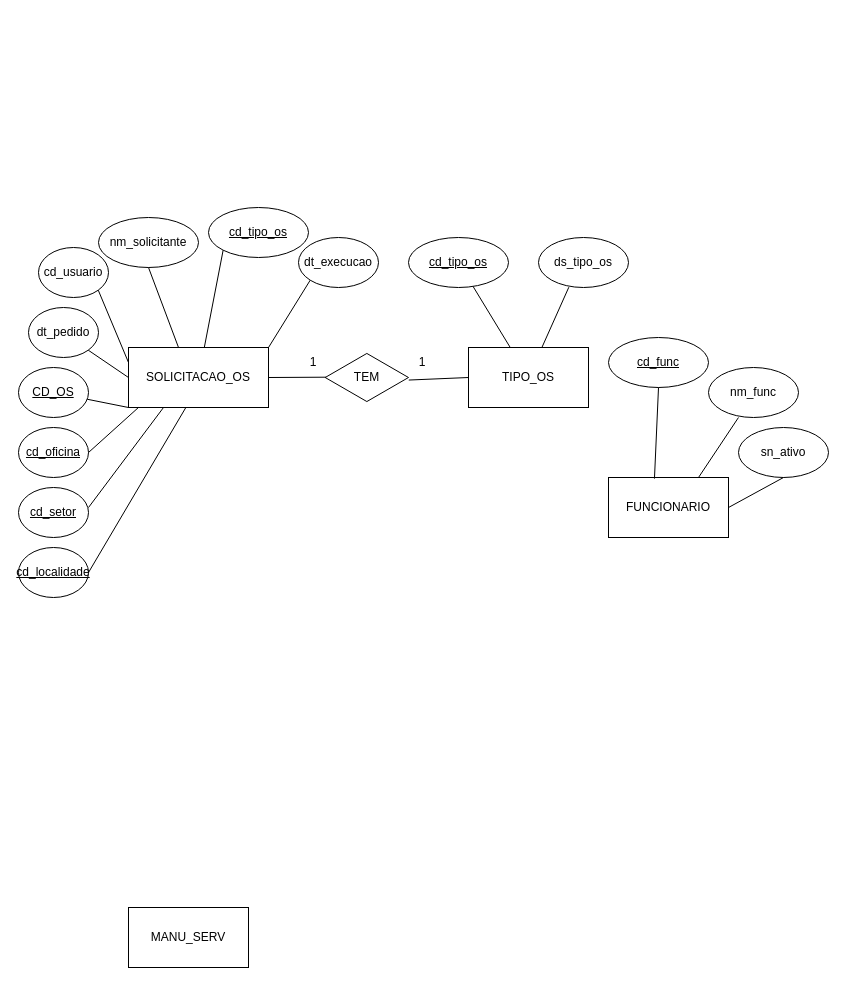
Earlier version of the draw.io diagram manutenção_sla.drawio (marcos-renato/MODELOS-DRAWIO). Source tidied: cells renumbered, new cells numbered last; positions are measured from the earlier drawing's top-left corner, leaving out a move shared by most shapes. Both pictures are drawn from the tidied source at 100%, with x=0, y=0 at pixel (18, 207).
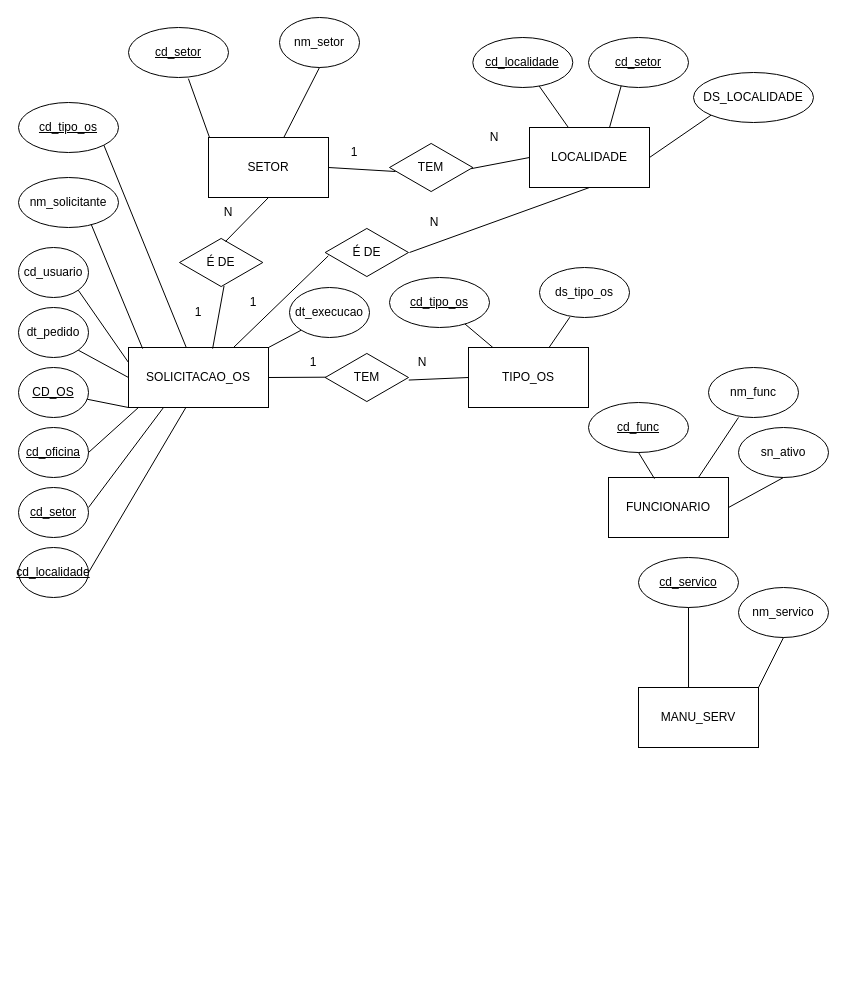
Above is the later version.

Unchanged cells that the change refers to:
```xml
<mxCell id="2" value="SOLICITACAO_OS" style="rounded=0;whiteSpace=wrap;html=1;" parent="1" vertex="1">
  <mxGeometry x="110" y="140" width="140" height="60" as="geometry" />
</mxCell>
```

The edit, as a diff of the source:
```diff
@@
     <mxCell id="4" value="MANU_SERV" style="rounded=0;whiteSpace=wrap;html=1;" parent="1" vertex="1">
-      <mxGeometry x="110" y="700" width="120" height="60" as="geometry" />
+      <mxGeometry x="620" y="480" width="120" height="60" as="geometry" />
     </mxCell>
@@
     <mxCell id="7" value="dt_pedido" style="ellipse;whiteSpace=wrap;html=1;" parent="1" vertex="1">
-      <mxGeometry x="10" y="100" width="70" height="50" as="geometry" />
+      <mxGeometry y="100" width="70" height="50" as="geometry" />
     </mxCell>
     <mxCell id="8" value="cd_usuario" style="ellipse;whiteSpace=wrap;html=1;direction=south;" parent="1" vertex="1">
-      <mxGeometry x="20" y="40" width="70" height="50" as="geometry" />
+      <mxGeometry y="40" width="70" height="50" as="geometry" />
     </mxCell>
     <mxCell id="9" value="nm_solicitante" style="ellipse;whiteSpace=wrap;html=1;" parent="1" vertex="1">
-      <mxGeometry x="80" y="10" width="100" height="50" as="geometry" />
+      <mxGeometry y="-30" width="100" height="50" as="geometry" />
     </mxCell>
@@
-    <mxCell id="12" style="endArrow=none;html=1;rounded=0;entryX=0.5;entryY=1;entryDx=0;entryDy=0;" parent="1" edge="1" target="9">
-      <mxGeometry relative="1" as="geometry">
-        <mxPoint x="160" y="140" as="sourcePoint" />
-      </mxGeometry>
+    <mxCell id="12" style="endArrow=none;html=1;rounded=0;entryX=0.727;entryY=0.937;entryDx=0;entryDy=0;exitX=0.101;exitY=0.019;exitDx=0;exitDy=0;exitPerimeter=0;entryPerimeter=0;" parent="1" edge="1" source="2" target="9">
+      <mxGeometry relative="1" as="geometry" />
     </mxCell>
     <mxCell id="13" value="&lt;u&gt;cd_tipo_os&lt;/u&gt;" style="ellipse;whiteSpace=wrap;html=1;" parent="1" vertex="1">
-      <mxGeometry x="190" width="100" height="50" as="geometry" />
+      <mxGeometry y="-105" width="100" height="50" as="geometry" />
     </mxCell>
-    <mxCell id="14" style="endArrow=none;html=1;rounded=0;entryX=0;entryY=1;entryDx=0;entryDy=0;" parent="1" edge="1" source="2" target="13">
+    <mxCell id="14" style="endArrow=none;html=1;rounded=0;entryX=1;entryY=1;entryDx=0;entryDy=0;" parent="1" edge="1" source="2" target="13">
       <mxGeometry relative="1" as="geometry" />
     </mxCell>
     <mxCell id="15" value="dt_execucao" style="ellipse;whiteSpace=wrap;html=1;" parent="1" vertex="1">
-      <mxGeometry x="280" y="30" width="80" height="50" as="geometry" />
+      <mxGeometry x="271" y="80" width="80" height="50" as="geometry" />
     </mxCell>
@@
     <mxCell id="23" value="&lt;u&gt;cd_tipo_os&lt;/u&gt;" style="ellipse;whiteSpace=wrap;html=1;" parent="1" vertex="1">
-      <mxGeometry x="390" y="30" width="100" height="50" as="geometry" />
+      <mxGeometry x="371" y="70" width="100" height="50" as="geometry" />
     </mxCell>
@@
-    <mxCell id="29" value="1" style="text;html=1;strokeColor=none;fillColor=none;align=center;verticalAlign=middle;whiteSpace=wrap;rounded=0;" parent="1" vertex="1">
+    <mxCell id="29" value="N" style="text;html=1;strokeColor=none;fillColor=none;align=center;verticalAlign=middle;whiteSpace=wrap;rounded=0;" parent="1" vertex="1">
       <mxGeometry x="389" y="140" width="30" height="30" as="geometry" />
     </mxCell>
     <mxCell id="30" value="ds_tipo_os" style="ellipse;whiteSpace=wrap;html=1;" parent="1" vertex="1">
-      <mxGeometry x="520" y="30" width="90" height="50" as="geometry" />
+      <mxGeometry x="521" y="60" width="90" height="50" as="geometry" />
     </mxCell>
@@
     <mxCell id="33" value="&lt;u&gt;cd_func&lt;/u&gt;" style="ellipse;whiteSpace=wrap;html=1;" parent="1" vertex="1">
-      <mxGeometry x="590" y="130" width="100" height="50" as="geometry" />
+      <mxGeometry x="570" y="195" width="100" height="50" as="geometry" />
     </mxCell>
@@
+    <mxCell id="39" value="SETOR" style="rounded=0;whiteSpace=wrap;html=1;" parent="1" vertex="1">
+      <mxGeometry x="190" y="-70" width="120" height="60" as="geometry" />
+    </mxCell>
+    <mxCell id="40" value="LOCALIDADE" style="rounded=0;whiteSpace=wrap;html=1;" parent="1" vertex="1">
+      <mxGeometry x="511" y="-80" width="120" height="60" as="geometry" />
+    </mxCell>
+    <mxCell id="41" value="&lt;u&gt;cd_servico&lt;/u&gt;" style="ellipse;whiteSpace=wrap;html=1;" parent="1" vertex="1">
+      <mxGeometry x="620" y="350" width="100" height="50" as="geometry" />
+    </mxCell>
+    <mxCell id="42" value="nm_servico" style="ellipse;whiteSpace=wrap;html=1;" parent="1" vertex="1">
+      <mxGeometry x="720" y="380" width="90" height="50" as="geometry" />
+    </mxCell>
+    <mxCell id="43" style="endArrow=none;html=1;rounded=0;entryX=0.5;entryY=1;entryDx=0;entryDy=0;exitX=0.417;exitY=0;exitDx=0;exitDy=0;exitPerimeter=0;" parent="1" edge="1" source="4" target="41">
+      <mxGeometry relative="1" as="geometry" />
+    </mxCell>
+    <mxCell id="44" style="endArrow=none;html=1;rounded=0;entryX=0.5;entryY=1;entryDx=0;entryDy=0;exitX=1;exitY=0;exitDx=0;exitDy=0;" parent="1" edge="1" source="4" target="42">
+      <mxGeometry relative="1" as="geometry" />
+    </mxCell>
+    <mxCell id="45" value="&lt;u&gt;cd_setor&lt;/u&gt;" style="ellipse;whiteSpace=wrap;html=1;" parent="1" vertex="1">
+      <mxGeometry x="110" y="-180" width="100" height="50" as="geometry" />
+    </mxCell>
+    <mxCell id="46" style="endArrow=none;html=1;rounded=0;entryX=0.599;entryY=1.023;entryDx=0;entryDy=0;entryPerimeter=0;" parent="1" edge="1" target="45">
+      <mxGeometry relative="1" as="geometry">
+        <mxPoint x="191" y="-70" as="sourcePoint" />
+      </mxGeometry>
+    </mxCell>
+    <mxCell id="47" value="&lt;u&gt;cd_localidade&lt;/u&gt;" style="ellipse;whiteSpace=wrap;html=1;" parent="1" vertex="1">
+      <mxGeometry x="454.3" y="-170" width="100" height="50" as="geometry" />
+    </mxCell>
+    <mxCell id="48" style="endArrow=none;html=1;rounded=0;" parent="1" edge="1" source="40" target="47">
+      <mxGeometry relative="1" as="geometry" />
+    </mxCell>
+    <mxCell id="49" value="nm_setor" style="ellipse;whiteSpace=wrap;html=1;" parent="1" vertex="1">
+      <mxGeometry x="261" y="-190" width="80" height="50" as="geometry" />
+    </mxCell>
+    <mxCell id="50" style="endArrow=none;html=1;rounded=0;entryX=0.5;entryY=1;entryDx=0;entryDy=0;" parent="1" edge="1" source="39" target="49">
+      <mxGeometry relative="1" as="geometry" />
+    </mxCell>
+    <mxCell id="51" value="É DE" style="html=1;whiteSpace=wrap;shape=isoRectangle;" parent="1" vertex="1">
+      <mxGeometry x="161" y="30" width="83.3" height="50" as="geometry" />
+    </mxCell>
+    <mxCell id="52" value="É DE" style="html=1;whiteSpace=wrap;shape=isoRectangle;" parent="1" vertex="1">
+      <mxGeometry x="306.7" y="20" width="83.3" height="50" as="geometry" />
+    </mxCell>
+    <mxCell id="53" style="endArrow=none;html=1;rounded=0;entryX=0.535;entryY=0.966;entryDx=0;entryDy=0;entryPerimeter=0;exitX=0.601;exitY=0.019;exitDx=0;exitDy=0;exitPerimeter=0;" parent="1" edge="1" source="2" target="51">
+      <mxGeometry relative="1" as="geometry" />
+    </mxCell>
+    <mxCell id="54" style="endArrow=none;html=1;rounded=0;entryX=0.038;entryY=0.566;entryDx=0;entryDy=0;entryPerimeter=0;exitX=0.75;exitY=0;exitDx=0;exitDy=0;" parent="1" edge="1" source="2" target="52">
+      <mxGeometry relative="1" as="geometry" />
+    </mxCell>
+    <mxCell id="55" style="endArrow=none;html=1;rounded=0;entryX=0.5;entryY=1;entryDx=0;entryDy=0;exitX=0.552;exitY=0.08;exitDx=0;exitDy=0;exitPerimeter=0;" parent="1" edge="1" source="51" target="39">
+      <mxGeometry relative="1" as="geometry" />
+    </mxCell>
+    <mxCell id="56" style="endArrow=none;html=1;rounded=0;entryX=0.5;entryY=1;entryDx=0;entryDy=0;" parent="1" edge="1" target="40">
+      <mxGeometry relative="1" as="geometry">
+        <mxPoint x="391" y="45" as="sourcePoint" />
+      </mxGeometry>
+    </mxCell>
+    <mxCell id="57" value="1" style="text;html=1;strokeColor=none;fillColor=none;align=center;verticalAlign=middle;whiteSpace=wrap;rounded=0;" parent="1" vertex="1">
+      <mxGeometry x="165" y="90" width="30" height="30" as="geometry" />
+    </mxCell>
+    <mxCell id="58" value="1" style="text;html=1;strokeColor=none;fillColor=none;align=center;verticalAlign=middle;whiteSpace=wrap;rounded=0;" parent="1" vertex="1">
+      <mxGeometry x="220" y="80" width="30" height="30" as="geometry" />
+    </mxCell>
+    <mxCell id="59" value="N" style="text;html=1;strokeColor=none;fillColor=none;align=center;verticalAlign=middle;whiteSpace=wrap;rounded=0;" parent="1" vertex="1">
+      <mxGeometry x="401" width="30" height="30" as="geometry" />
+    </mxCell>
+    <mxCell id="60" value="N" style="text;html=1;strokeColor=none;fillColor=none;align=center;verticalAlign=middle;whiteSpace=wrap;rounded=0;" parent="1" vertex="1">
+      <mxGeometry x="195" y="-10" width="30" height="30" as="geometry" />
+    </mxCell>
+    <mxCell id="61" value="TEM" style="html=1;whiteSpace=wrap;shape=isoRectangle;" parent="1" vertex="1">
+      <mxGeometry x="371" y="-65" width="83.3" height="50" as="geometry" />
+    </mxCell>
+    <mxCell id="62" style="endArrow=none;html=1;rounded=0;entryX=0.072;entryY=0.58;entryDx=0;entryDy=0;entryPerimeter=0;exitX=1;exitY=0.5;exitDx=0;exitDy=0;" parent="1" edge="1" source="39" target="61">
+      <mxGeometry relative="1" as="geometry" />
+    </mxCell>
+    <mxCell id="63" style="endArrow=none;html=1;rounded=0;entryX=0.981;entryY=0.523;entryDx=0;entryDy=0;entryPerimeter=0;exitX=0;exitY=0.5;exitDx=0;exitDy=0;" parent="1" edge="1" source="40" target="61">
+      <mxGeometry relative="1" as="geometry" />
+    </mxCell>
+    <mxCell id="64" value="1" style="text;html=1;strokeColor=none;fillColor=none;align=center;verticalAlign=middle;whiteSpace=wrap;rounded=0;" parent="1" vertex="1">
+      <mxGeometry x="321" y="-70" width="30" height="30" as="geometry" />
+    </mxCell>
+    <mxCell id="65" value="N" style="text;html=1;strokeColor=none;fillColor=none;align=center;verticalAlign=middle;whiteSpace=wrap;rounded=0;" parent="1" vertex="1">
+      <mxGeometry x="461" y="-85" width="30" height="30" as="geometry" />
+    </mxCell>
+    <mxCell id="66" value="&lt;u&gt;cd_setor&lt;/u&gt;" style="ellipse;whiteSpace=wrap;html=1;" parent="1" vertex="1">
+      <mxGeometry x="570" y="-170" width="100" height="50" as="geometry" />
+    </mxCell>
+    <mxCell id="67" style="endArrow=none;html=1;rounded=0;entryX=0.327;entryY=0.966;entryDx=0;entryDy=0;entryPerimeter=0;exitX=0.667;exitY=0;exitDx=0;exitDy=0;exitPerimeter=0;" parent="1" edge="1" source="40" target="66">
+      <mxGeometry relative="1" as="geometry" />
+    </mxCell>
+    <mxCell id="68" value="DS_LOCALIDADE" style="ellipse;whiteSpace=wrap;html=1;" parent="1" vertex="1">
+      <mxGeometry x="675" y="-135" width="120" height="50" as="geometry" />
+    </mxCell>
+    <mxCell id="69" style="endArrow=none;html=1;rounded=0;entryX=0;entryY=1;entryDx=0;entryDy=0;exitX=1;exitY=0.5;exitDx=0;exitDy=0;" parent="1" edge="1" source="40" target="68">
+      <mxGeometry relative="1" as="geometry" />
+    </mxCell>
```
